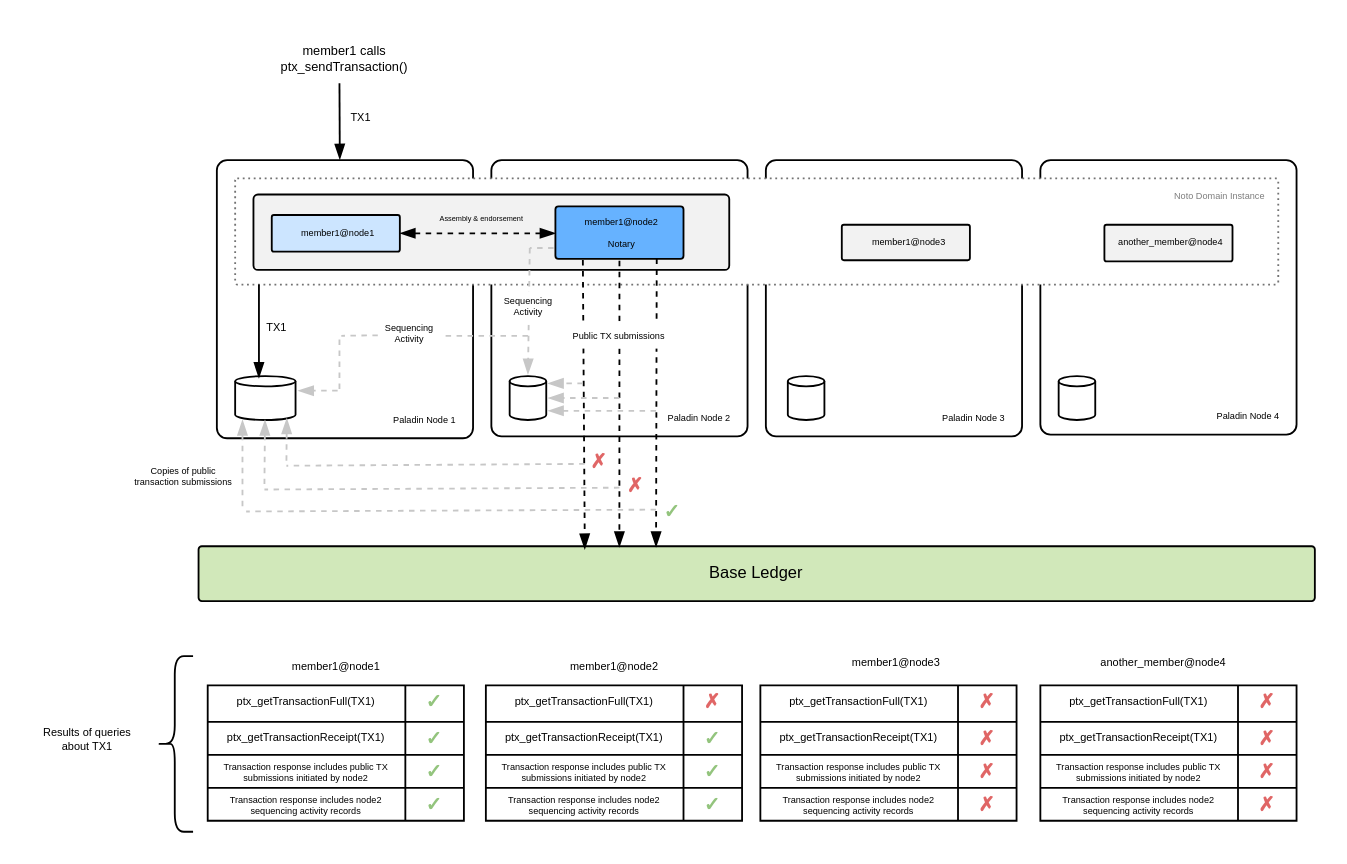
Earlier version of the draw.io diagram doc-site/docs/architecture/diagrams/paladin-node-data-flows.drawio (LFDT-Paladin/paladin). Source tidied: cells renumbered, new cells numbered last; positions are measured from the earlier drawing's top-left corner, leaving out a move shared by most shapes. Both pictures are drawn from the tidied source at 183%, with x=0, y=0 at pixel (31, 31).
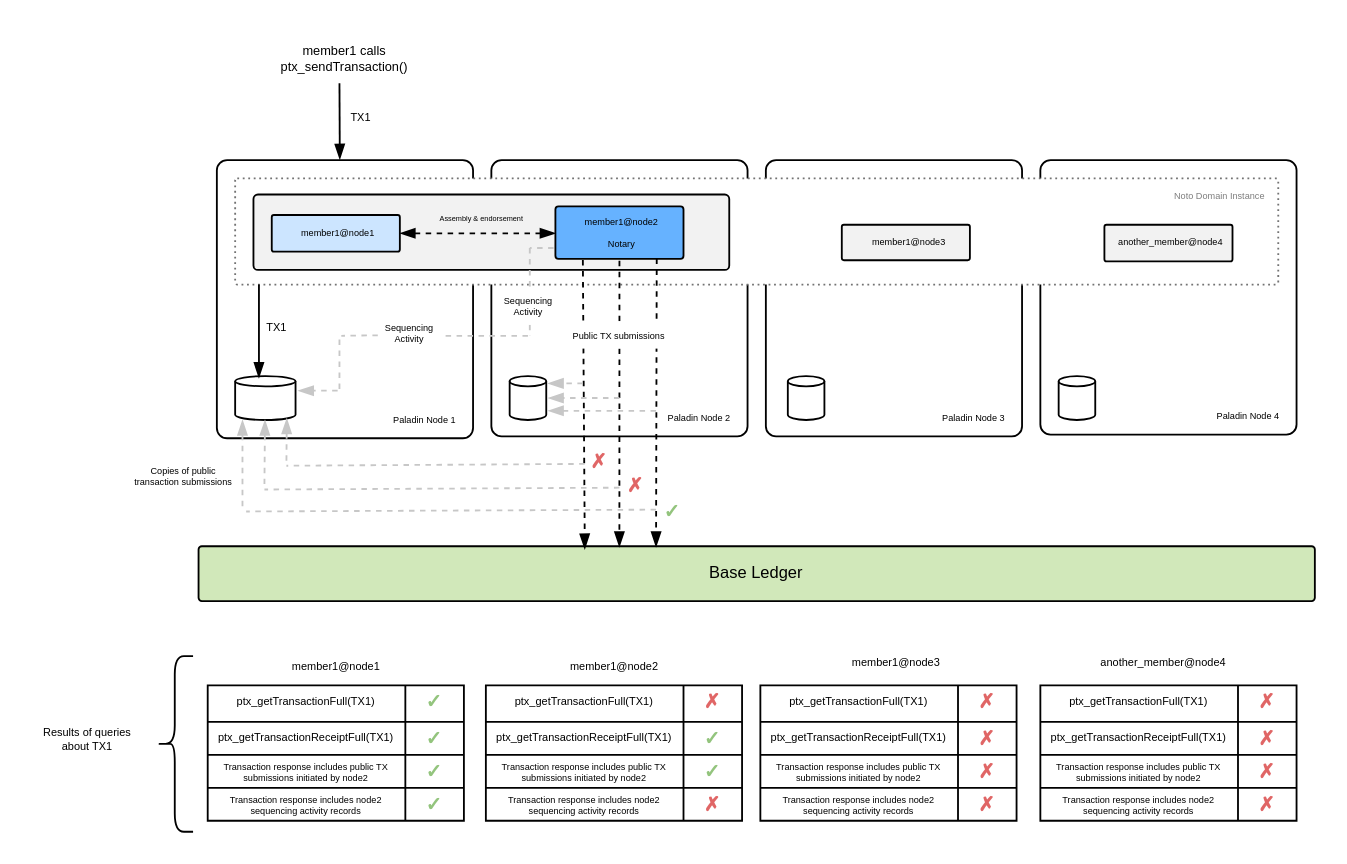
Above is the later version.

Unchanged cells that the change refers to:
```xml
<mxCell id="8" style="shape=tableRow;horizontal=0;startSize=0;swimlaneHead=0;swimlaneBody=0;strokeColor=inherit;top=0;left=0;bottom=0;right=0;fillColor=none;" parent="4" vertex="1">
  <mxGeometry y="20" width="140" height="18" as="geometry" />
</mxCell>
<mxCell id="17" value="Paladin Node 2" style="rounded=1;whiteSpace=wrap;html=1;arcSize=4;align=right;verticalAlign=bottom;fontSize=5;spacingLeft=0;spacingBottom=5;spacingRight=7;" parent="1" vertex="1">
  <mxGeometry x="251" y="70" width="140" height="151" as="geometry" />
</mxCell>
<mxCell id="61" style="shape=tableRow;horizontal=0;startSize=0;swimlaneHead=0;swimlaneBody=0;strokeColor=inherit;top=0;left=0;bottom=0;right=0;fillColor=none;" parent="57" vertex="1">
  <mxGeometry y="20" width="140" height="18" as="geometry" />
</mxCell>
<mxCell id="67" style="shape=tableRow;horizontal=0;startSize=0;swimlaneHead=0;swimlaneBody=0;strokeColor=inherit;top=0;left=0;bottom=0;right=0;fillColor=none;" parent="57" vertex="1">
  <mxGeometry y="56" width="140" height="18" as="geometry" />
</mxCell>
<mxCell id="74" style="shape=tableRow;horizontal=0;startSize=0;swimlaneHead=0;swimlaneBody=0;strokeColor=inherit;top=0;left=0;bottom=0;right=0;fillColor=none;" parent="70" vertex="1">
  <mxGeometry y="20" width="140" height="18" as="geometry" />
</mxCell>
<mxCell id="87" style="shape=tableRow;horizontal=0;startSize=0;swimlaneHead=0;swimlaneBody=0;strokeColor=inherit;top=0;left=0;bottom=0;right=0;fillColor=none;" parent="83" vertex="1">
  <mxGeometry y="20" width="140" height="18" as="geometry" />
</mxCell>
```

What changed in the source:
```diff
@@
-    <mxCell id="9" value="&lt;span style=&quot;font-family: Arial, sans-serif; font-size: 6px; white-space-collapse: preserve;&quot;&gt;ptx_getTransactionReceipt(TX1)&lt;/span&gt;" style="shape=partialRectangle;html=1;whiteSpace=wrap;strokeColor=inherit;overflow=hidden;fillColor=none;top=0;left=0;bottom=0;right=0;spacingRight=2;spacingLeft=2;fontSize=5;" parent="8" vertex="1">
+    <mxCell id="9" value="&lt;span style=&quot;font-family: Arial, sans-serif; font-size: 6px; white-space-collapse: preserve;&quot;&gt;ptx_getTransactionReceiptFull(TX1)&lt;/span&gt;" style="shape=partialRectangle;html=1;whiteSpace=wrap;strokeColor=inherit;overflow=hidden;fillColor=none;top=0;left=0;bottom=0;right=0;spacingRight=2;spacingLeft=2;fontSize=5;" parent="8" vertex="1">
       <mxGeometry width="108" height="18" as="geometry" />
     </mxCell>
@@
-    <mxCell id="50" style="endArrow=blockThin;html=1;rounded=0;dashed=1;endFill=1;fillColor=#f5f5f5;strokeColor=light-dark(#c7c7c7, #959595);startArrow=none;startFill=0;" parent="1" edge="1">
+    <mxCell id="50" style="endArrow=none;html=1;rounded=0;dashed=1;endFill=0;fillColor=#f5f5f5;strokeColor=light-dark(#c7c7c7, #959595);startArrow=none;startFill=0;entryX=0.15;entryY=0.636;entryDx=0;entryDy=0;entryPerimeter=0;" parent="1" edge="1" target="17">
       <mxGeometry relative="1" as="geometry">
         <mxPoint x="272" y="118" as="sourcePoint" />
-        <mxPoint x="271" y="187" as="targetPoint" />
       </mxGeometry>
     </mxCell>
@@
-    <mxCell id="62" value="&lt;span style=&quot;font-family: Arial, sans-serif; font-size: 6px; white-space-collapse: preserve;&quot;&gt;ptx_getTransactionReceipt(TX1)&lt;/span&gt;" style="shape=partialRectangle;html=1;whiteSpace=wrap;strokeColor=inherit;overflow=hidden;fillColor=none;top=0;left=0;bottom=0;right=0;spacingRight=2;spacingLeft=2;fontSize=5;" parent="61" vertex="1">
+    <mxCell id="62" value="&lt;span style=&quot;font-family: Arial, sans-serif; font-size: 6px; white-space-collapse: preserve;&quot;&gt;ptx_getTransactionReceiptFull(TX1)&lt;/span&gt;" style="shape=partialRectangle;html=1;whiteSpace=wrap;strokeColor=inherit;overflow=hidden;fillColor=none;top=0;left=0;bottom=0;right=0;spacingRight=2;spacingLeft=2;fontSize=5;" parent="61" vertex="1">
       <mxGeometry width="108" height="18" as="geometry" />
     </mxCell>
@@
-    <mxCell id="69" value="&lt;span style=&quot;color: rgb(147, 196, 125); font-family: Arial, sans-serif; font-size: 10.6667px; font-weight: 700; white-space-collapse: preserve;&quot;&gt;✓&lt;/span&gt;" style="shape=partialRectangle;html=1;whiteSpace=wrap;strokeColor=inherit;overflow=hidden;fillColor=none;top=0;left=0;bottom=0;right=0;spacingRight=2;spacingLeft=2;fontSize=5;" parent="67" vertex="1">
+    <mxCell id="69" value="&lt;span style=&quot;color: rgb(224, 102, 102); font-family: Arial, sans-serif; font-size: 10.6667px; font-weight: 700; white-space-collapse: preserve;&quot;&gt;✗&lt;/span&gt;" style="shape=partialRectangle;html=1;whiteSpace=wrap;strokeColor=inherit;overflow=hidden;fillColor=none;top=0;left=0;bottom=0;right=0;spacingRight=2;spacingLeft=2;fontSize=5;" parent="67" vertex="1">
       <mxGeometry x="108" width="32" height="18" as="geometry" />
     </mxCell>
@@
-    <mxCell id="75" value="&lt;span style=&quot;font-family: Arial, sans-serif; font-size: 6px; white-space-collapse: preserve;&quot;&gt;ptx_getTransactionReceipt&lt;/span&gt;&lt;span style=&quot;font-family: Arial, sans-serif; font-size: 6px; white-space-collapse: preserve;&quot;&gt;(TX1)&lt;/span&gt;" style="shape=partialRectangle;html=1;whiteSpace=wrap;strokeColor=inherit;overflow=hidden;fillColor=none;top=0;left=0;bottom=0;right=0;spacingRight=2;spacingLeft=2;fontSize=5;" parent="74" vertex="1">
+    <mxCell id="75" value="&lt;span style=&quot;font-family: Arial, sans-serif; font-size: 6px; white-space-collapse: preserve;&quot;&gt;ptx_getTransactionReceiptFull&lt;/span&gt;&lt;span style=&quot;font-family: Arial, sans-serif; font-size: 6px; white-space-collapse: preserve;&quot;&gt;(TX1)&lt;/span&gt;" style="shape=partialRectangle;html=1;whiteSpace=wrap;strokeColor=inherit;overflow=hidden;fillColor=none;top=0;left=0;bottom=0;right=0;spacingRight=2;spacingLeft=2;fontSize=5;" parent="74" vertex="1">
       <mxGeometry width="108" height="18" as="geometry" />
     </mxCell>
@@
-    <mxCell id="88" value="&lt;span style=&quot;font-family: Arial, sans-serif; font-size: 6px; white-space-collapse: preserve;&quot;&gt;ptx_getTransactionReceipt(TX1)&lt;/span&gt;" style="shape=partialRectangle;html=1;whiteSpace=wrap;strokeColor=inherit;overflow=hidden;fillColor=none;top=0;left=0;bottom=0;right=0;spacingRight=2;spacingLeft=2;fontSize=5;" parent="87" vertex="1">
+    <mxCell id="88" value="&lt;span style=&quot;font-family: Arial, sans-serif; font-size: 6px; white-space-collapse: preserve;&quot;&gt;ptx_getTransactionReceiptFull(TX1)&lt;/span&gt;" style="shape=partialRectangle;html=1;whiteSpace=wrap;strokeColor=inherit;overflow=hidden;fillColor=none;top=0;left=0;bottom=0;right=0;spacingRight=2;spacingLeft=2;fontSize=5;" parent="87" vertex="1">
       <mxGeometry width="108" height="18" as="geometry" />
     </mxCell>
```
